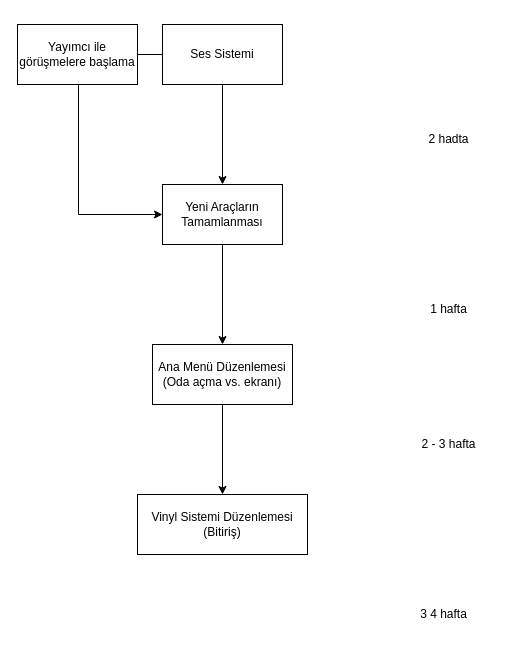
This is roadmapimsi.drawio from MertKalkanci/Diyagramlar, a draw.io file, before an edit. Source tidied: cells renumbered, new cells numbered last; positions are measured from the earlier drawing's top-left corner, leaving out a move shared by most shapes. Both pictures are drawn from the tidied source at 100%, with x=0, y=0 at pixel (17, 24).
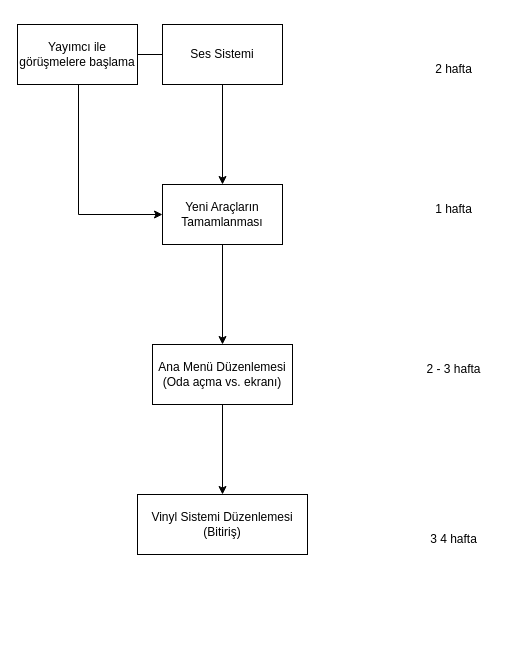
After the change.

Diff of the diagram source:
```diff
@@
 <mxGraphModel>
   <root>
     <mxCell id="0" />
     <mxCell id="1" parent="0" />
     <mxCell id="2" style="edgeStyle=orthogonalEdgeStyle;rounded=0;jettySize=auto;html=1;entryX=0.5;entryY=0;entryDx=0;entryDy=0;" parent="1" edge="1" source="4" target="7">
       <mxGeometry relative="1" as="geometry" />
     </mxCell>
     <mxCell id="3" style="edgeStyle=orthogonalEdgeStyle;rounded=0;jettySize=auto;html=1;entryX=0.5;entryY=0;entryDx=0;entryDy=0;" parent="1" edge="1" source="4" target="15">
       <mxGeometry relative="1" as="geometry">
         <Array as="points">
           <mxPoint x="60" y="30" />
         </Array>
       </mxGeometry>
     </mxCell>
     <mxCell id="4" value="Ses Sistemi" style="rounded=0;whiteSpace=wrap;html=1;" parent="1" vertex="1">
       <mxGeometry x="145" width="120" height="60" as="geometry" />
     </mxCell>
-    <mxCell id="5" value="2 hadta" style="text;html=1;align=center;verticalAlign=middle;strokeColor=none;fillColor=none;" parent="1" vertex="1">
-      <mxGeometry x="401" y="100" width="60" height="30" as="geometry" />
+    <mxCell id="5" value="2 hafta" style="text;html=1;align=center;verticalAlign=middle;strokeColor=none;fillColor=none;" parent="1" vertex="1">
+      <mxGeometry x="406" y="30" width="60" height="30" as="geometry" />
     </mxCell>
     <mxCell id="6" style="edgeStyle=orthogonalEdgeStyle;rounded=0;jettySize=auto;html=1;entryX=0.5;entryY=0;entryDx=0;entryDy=0;" parent="1" edge="1" source="7" target="9">
       <mxGeometry relative="1" as="geometry" />
     </mxCell>
     <mxCell id="7" value="Yeni Araçların Tamamlanması" style="whiteSpace=wrap;html=1;" parent="1" vertex="1">
       <mxGeometry x="145" y="160" width="120" height="60" as="geometry" />
     </mxCell>
     <mxCell id="8" style="edgeStyle=orthogonalEdgeStyle;rounded=0;jettySize=auto;html=1;entryX=0.5;entryY=0;entryDx=0;entryDy=0;" parent="1" edge="1" source="9" target="11">
       <mxGeometry relative="1" as="geometry" />
     </mxCell>
     <mxCell id="9" value="Ana Menü Düzenlemesi &lt;br&gt;(Oda açma vs. ekranı)" style="whiteSpace=wrap;html=1;" parent="1" vertex="1">
       <mxGeometry x="135" y="320" width="140" height="60" as="geometry" />
     </mxCell>
     <mxCell id="10" value="1 hafta" style="text;html=1;align=center;verticalAlign=middle;strokeColor=none;fillColor=none;" parent="1" vertex="1">
-      <mxGeometry x="401" y="270" width="60" height="30" as="geometry" />
+      <mxGeometry x="406" y="170" width="60" height="30" as="geometry" />
     </mxCell>
     <mxCell id="11" value="Vinyl Sistemi Düzenlemesi (Bitiriş)" style="whiteSpace=wrap;html=1;" parent="1" vertex="1">
       <mxGeometry x="120" y="470" width="170" height="60" as="geometry" />
     </mxCell>
     <mxCell id="12" value="2 - 3 hafta" style="text;html=1;align=center;verticalAlign=middle;strokeColor=none;fillColor=none;" parent="1" vertex="1">
-      <mxGeometry x="391" y="405" width="80" height="30" as="geometry" />
+      <mxGeometry x="396" y="330" width="80" height="30" as="geometry" />
     </mxCell>
     <mxCell id="13" value="3 4 hafta" style="text;html=1;align=center;verticalAlign=middle;strokeColor=none;fillColor=none;" parent="1" vertex="1">
-      <mxGeometry x="391" y="575" width="70" height="30" as="geometry" />
+      <mxGeometry x="401" y="500" width="70" height="30" as="geometry" />
     </mxCell>
     <mxCell id="14" style="edgeStyle=orthogonalEdgeStyle;rounded=0;jettySize=auto;html=1;entryX=0;entryY=0.5;entryDx=0;entryDy=0;" parent="1" edge="1" source="15" target="7">
       <mxGeometry relative="1" as="geometry">
         <Array as="points">
           <mxPoint x="61" y="190" />
         </Array>
       </mxGeometry>
     </mxCell>
     <mxCell id="15" value="Yayımcı ile görüşmelere başlama" style="whiteSpace=wrap;html=1;" parent="1" vertex="1">
       <mxGeometry width="120" height="60" as="geometry" />
     </mxCell>
   </root>
 </mxGraphModel>
```
